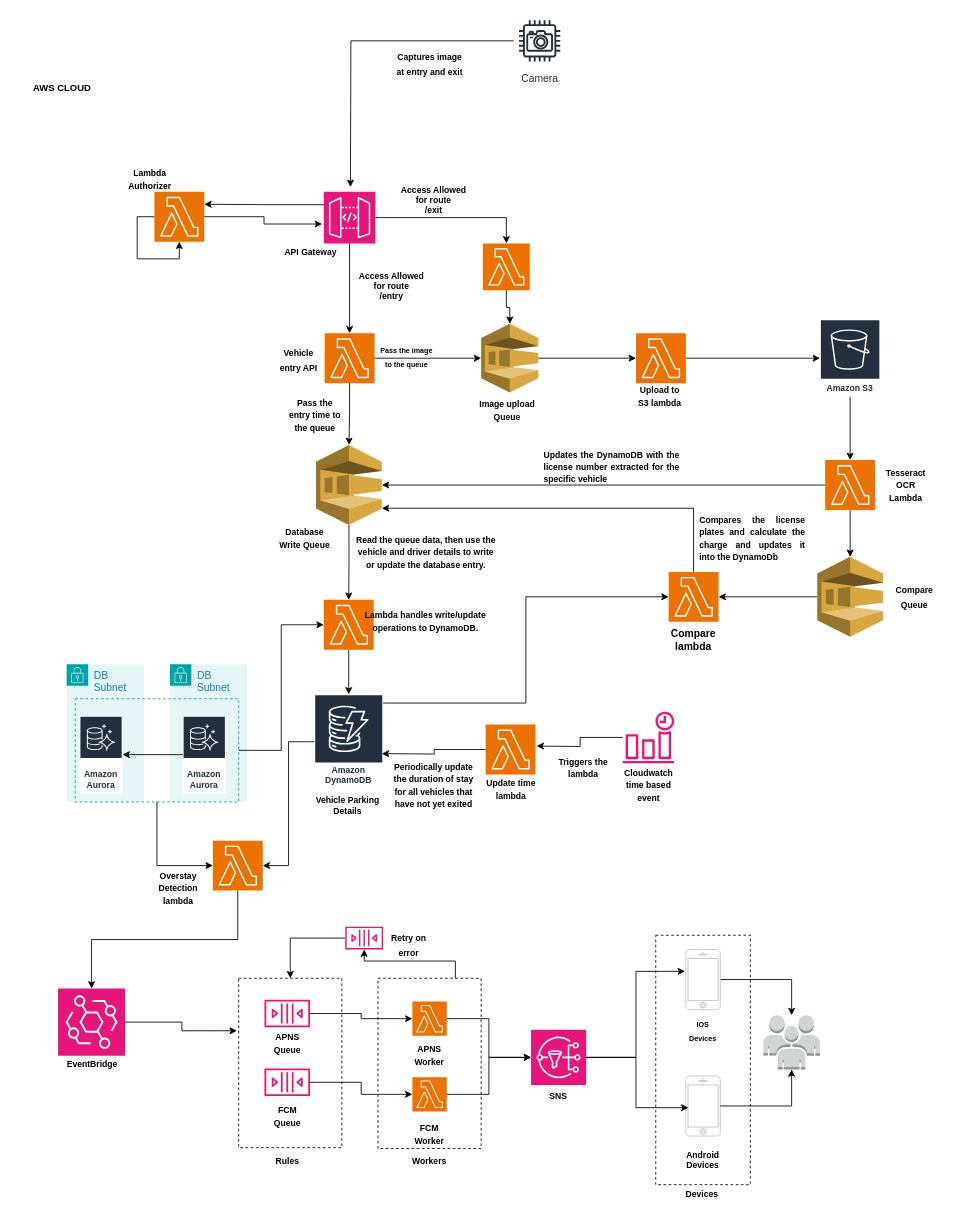
This is day-20/snake_game/FIT5225-Assignment2.drawio from Abhishekmholla/100-days-of-python, a draw.io file, before an edit. Source tidied: cells renumbered, new cells numbered last; positions are measured from the earlier drawing's top-left corner, leaving out a move shared by most shapes. Both pictures are drawn from the tidied source at 86%, with x=0, y=0 at pixel (15, 15).
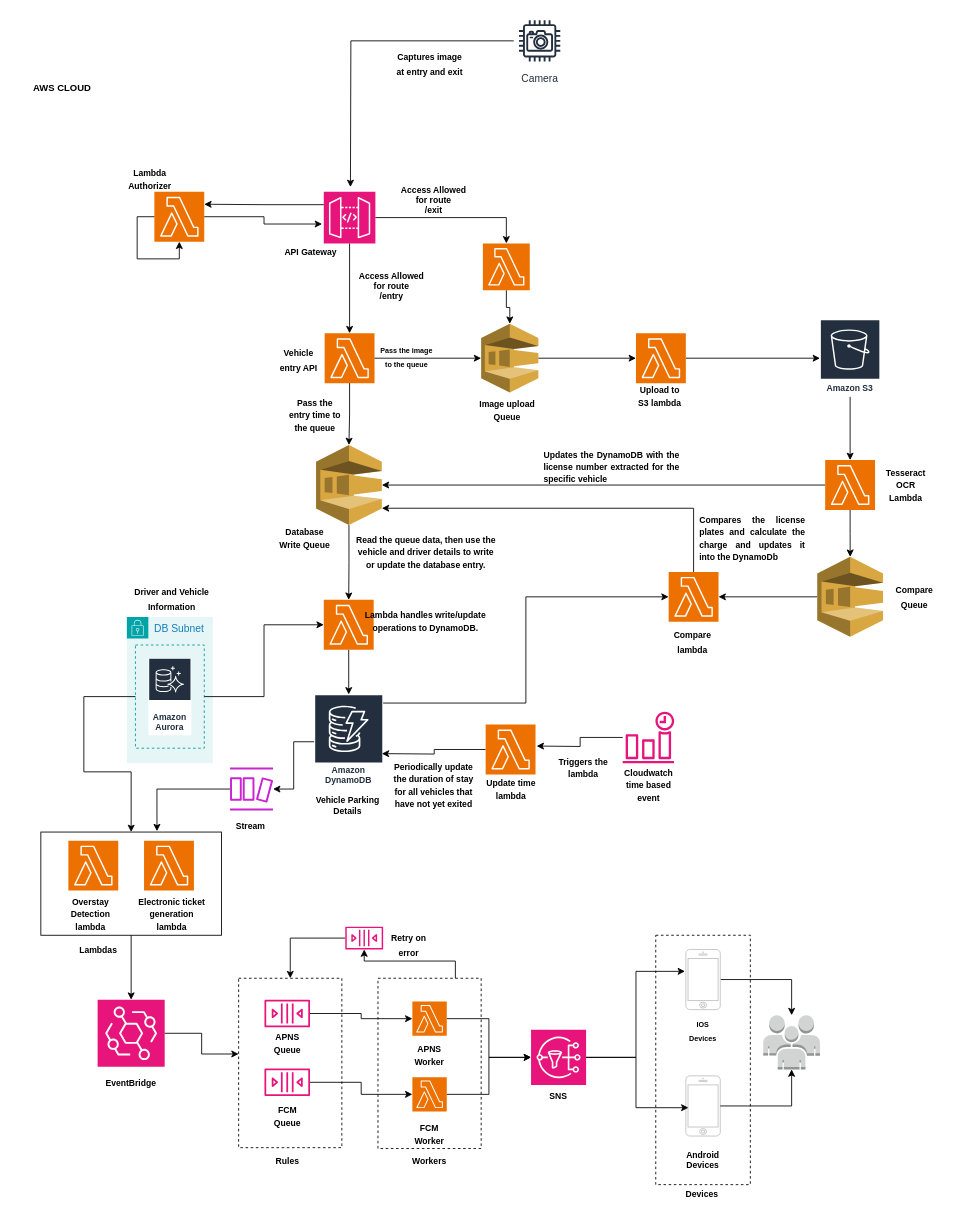
Above is the later version.

The change refers to these unchanged cells:
```xml
<mxCell id="24" value="Amazon DynamoDB" style="sketch=0;outlineConnect=0;fontColor=#232F3E;gradientColor=none;strokeColor=#ffffff;fillColor=#232F3E;dashed=0;verticalLabelPosition=middle;verticalAlign=bottom;align=center;html=1;whiteSpace=wrap;fontSize=10;fontStyle=1;spacing=3;shape=mxgraph.aws4.productIcon;prIcon=mxgraph.aws4.dynamodb;" parent="1" vertex="1">
  <mxGeometry x="348" y="790" width="80" height="110" as="geometry" />
</mxCell>
<mxCell id="55" style="rounded=0;whiteSpace=wrap;html=1;fillColor=none;dashed=1;" parent="1" vertex="1">
  <mxGeometry x="260" y="1120" width="120" height="197" as="geometry" />
</mxCell>
```

The edit, as a diff of the source:
```diff
@@
-    <mxCell id="3" value="&lt;div&gt;DB Subnet&lt;/div&gt;&lt;div&gt;&lt;br&gt;&lt;/div&gt;" style="gradientColor=none;html=1;whiteSpace=wrap;fontSize=12;fontStyle=0;shape=mxgraph.aws4.group;grIcon=mxgraph.aws4.group_security_group;grStroke=0;strokeColor=#00A4A6;fillColor=#E6F6F7;verticalAlign=top;align=left;spacingLeft=30;fontColor=#147EBA;dashed=0;" parent="1" vertex="1">
-      <mxGeometry x="60" y="755" width="90" height="160" as="geometry" />
-    </mxCell>
-    <mxCell id="4" value="Amazon&lt;br&gt;&lt;div&gt;Aurora&lt;/div&gt;" style="sketch=0;outlineConnect=0;fontColor=#232F3E;gradientColor=none;strokeColor=#ffffff;fillColor=#232F3E;dashed=0;verticalLabelPosition=middle;verticalAlign=bottom;align=center;html=1;whiteSpace=wrap;fontSize=10;fontStyle=1;spacing=3;shape=mxgraph.aws4.productIcon;prIcon=mxgraph.aws4.aurora;" parent="3" vertex="1">
-      <mxGeometry x="15" y="60" width="50" height="90" as="geometry" />
-    </mxCell>
     <mxCell id="5" value="&lt;div&gt;DB Subnet&lt;/div&gt;&lt;div&gt;&lt;br&gt;&lt;/div&gt;" style="gradientColor=none;html=1;whiteSpace=wrap;fontSize=12;fontStyle=0;shape=mxgraph.aws4.group;grIcon=mxgraph.aws4.group_security_group;grStroke=0;strokeColor=#00A4A6;fillColor=#E6F6F7;verticalAlign=top;align=left;spacingLeft=30;fontColor=#147EBA;dashed=0;" parent="1" vertex="1">
-      <mxGeometry x="180" y="755" width="90" height="160" as="geometry" />
+      <mxGeometry x="130" y="700" width="100" height="170" as="geometry" />
     </mxCell>
     <mxCell id="6" value="Amazon&lt;br&gt;&lt;div&gt;Aurora&lt;/div&gt;" style="sketch=0;outlineConnect=0;fontColor=#232F3E;gradientColor=none;strokeColor=#ffffff;fillColor=#232F3E;dashed=0;verticalLabelPosition=middle;verticalAlign=bottom;align=center;html=1;whiteSpace=wrap;fontSize=10;fontStyle=1;spacing=3;shape=mxgraph.aws4.productIcon;prIcon=mxgraph.aws4.aurora;" parent="5" vertex="1">
-      <mxGeometry x="15" y="60" width="50" height="90" as="geometry" />
+      <mxGeometry x="25" y="47.5" width="50" height="90" as="geometry" />
     </mxCell>
+    <mxCell id="28" style="rounded=0;whiteSpace=wrap;html=1;fillColor=none;strokeColor=#009999;dashed=1;" parent="5" vertex="1">
+      <mxGeometry x="10" y="32.5" width="80" height="120" as="geometry" />
+    </mxCell>
@@
+    <mxCell id="112" style="edgeStyle=orthogonalEdgeStyle;rounded=0;jettySize=auto;html=1;" parent="1" edge="1" source="24" target="114">
+      <mxGeometry relative="1" as="geometry" />
+    </mxCell>
@@
-    <mxCell id="28" style="rounded=0;whiteSpace=wrap;html=1;fillColor=none;strokeColor=#009999;dashed=1;" parent="1" vertex="1">
-      <mxGeometry x="70" y="795" width="190" height="120" as="geometry" />
-    </mxCell>
+    <mxCell id="113" style="edgeStyle=orthogonalEdgeStyle;rounded=0;jettySize=auto;html=1;" parent="1" edge="1" source="28" target="117">
+      <mxGeometry relative="1" as="geometry">
+        <Array as="points">
+          <mxPoint x="80" y="793" />
+          <mxPoint x="80" y="880" />
+          <mxPoint x="135" y="880" />
+        </Array>
+      </mxGeometry>
+    </mxCell>
@@
-    <mxCell id="41" style="edgeStyle=orthogonalEdgeStyle;rounded=0;jettySize=auto;html=1;" parent="1" edge="1" source="6" target="4">
-      <mxGeometry relative="1" as="geometry" />
-    </mxCell>
@@
-    <mxCell id="44" style="edgeStyle=orthogonalEdgeStyle;rounded=0;jettySize=auto;html=1;exitX=0.5;exitY=1;exitDx=0;exitDy=0;exitPerimeter=0;" parent="1" edge="1" source="45" target="48">
-      <mxGeometry relative="1" as="geometry" />
-    </mxCell>
     <mxCell id="45" style="sketch=0;points=[[0,0,0],[0.25,0,0],[0.5,0,0],[0.75,0,0],[1,0,0],[0,1,0],[0.25,1,0],[0.5,1,0],[0.75,1,0],[1,1,0],[0,0.25,0],[0,0.5,0],[0,0.75,0],[1,0.25,0],[1,0.5,0],[1,0.75,0]];outlineConnect=0;fontColor=#232F3E;fillColor=#ED7100;strokeColor=#ffffff;dashed=0;verticalLabelPosition=bottom;verticalAlign=top;align=center;html=1;fontSize=12;fontStyle=0;shape=mxgraph.aws4.resourceIcon;resIcon=mxgraph.aws4.lambda;" parent="1" vertex="1">
-      <mxGeometry x="230" y="960" width="58" height="58" as="geometry" />
+      <mxGeometry x="62" y="960" width="58" height="58" as="geometry" />
     </mxCell>
-    <mxCell id="46" style="edgeStyle=orthogonalEdgeStyle;rounded=0;jettySize=auto;html=1;entryX=1;entryY=0.5;entryDx=0;entryDy=0;entryPerimeter=0;" parent="1" edge="1" source="24" target="45">
-      <mxGeometry relative="1" as="geometry" />
-    </mxCell>
-    <mxCell id="47" style="edgeStyle=orthogonalEdgeStyle;rounded=0;jettySize=auto;html=1;exitX=0.5;exitY=1;exitDx=0;exitDy=0;entryX=0;entryY=0.5;entryDx=0;entryDy=0;entryPerimeter=0;" parent="1" edge="1" source="28" target="45">
-      <mxGeometry relative="1" as="geometry" />
-    </mxCell>
     <mxCell id="48" style="sketch=0;points=[[0,0,0],[0.25,0,0],[0.5,0,0],[0.75,0,0],[1,0,0],[0,1,0],[0.25,1,0],[0.5,1,0],[0.75,1,0],[1,1,0],[0,0.25,0],[0,0.5,0],[0,0.75,0],[1,0.25,0],[1,0.5,0],[1,0.75,0]];outlineConnect=0;fontColor=#232F3E;fillColor=#E7157B;strokeColor=#ffffff;dashed=0;verticalLabelPosition=bottom;verticalAlign=top;align=center;html=1;fontSize=12;fontStyle=0;shape=mxgraph.aws4.resourceIcon;resIcon=mxgraph.aws4.eventbridge;" parent="1" vertex="1">
-      <mxGeometry x="50" y="1132" width="78" height="78" as="geometry" />
+      <mxGeometry x="96" y="1145" width="78" height="78" as="geometry" />
     </mxCell>
@@
     <mxCell id="52" value="&lt;font style=&quot;font-size: 10px;&quot;&gt;&lt;b&gt;EventBridge&lt;/b&gt;&lt;/font&gt;" style="text;html=1;align=center;verticalAlign=middle;whiteSpace=wrap;rounded=0;" parent="1" vertex="1">
-      <mxGeometry x="60" y="1205" width="60" height="30" as="geometry" />
+      <mxGeometry x="105" y="1226.9" width="60" height="30" as="geometry" />
     </mxCell>
@@
     <mxCell id="81" value="&lt;font style=&quot;font-size: 10px;&quot;&gt;&lt;b&gt;Overstay&lt;br&gt;Detection&lt;br&gt;lambda&lt;/b&gt;&lt;br&gt;&lt;/font&gt;" style="text;html=1;align=center;verticalAlign=middle;whiteSpace=wrap;rounded=0;" parent="1" vertex="1">
-      <mxGeometry x="160" y="1000" width="60" height="30" as="geometry" />
+      <mxGeometry x="58" y="1030" width="60" height="30" as="geometry" />
     </mxCell>
@@
-    <mxCell id="83" style="edgeStyle=orthogonalEdgeStyle;rounded=0;jettySize=auto;html=1;exitX=1;exitY=0.5;exitDx=0;exitDy=0;exitPerimeter=0;entryX=-0.017;entryY=0.31;entryDx=0;entryDy=0;entryPerimeter=0;" parent="1" edge="1" source="48" target="55">
-      <mxGeometry relative="1" as="geometry" />
-    </mxCell>
@@
-    <mxCell id="108" value="&lt;b&gt;Compare lambda&lt;br&gt;&lt;/b&gt;" style="text;html=1;align=center;verticalAlign=middle;whiteSpace=wrap;rounded=0;" parent="1" vertex="1">
-      <mxGeometry x="748" y="705.5" width="82" height="42" as="geometry" />
+    <mxCell id="108" value="&lt;sub&gt;&lt;b&gt;Compare lambda&lt;br&gt;&lt;/b&gt;&lt;/sub&gt;" style="text;html=1;align=center;verticalAlign=middle;whiteSpace=wrap;rounded=0;" parent="1" vertex="1">
+      <mxGeometry x="747" y="705.5" width="82" height="42" as="geometry" />
     </mxCell>
@@
+    <mxCell id="114" style="sketch=0;outlineConnect=0;fontColor=#232F3E;gradientColor=none;fillColor=#C925D1;strokeColor=none;dashed=0;verticalLabelPosition=bottom;verticalAlign=top;align=center;html=1;fontSize=12;fontStyle=0;shape=mxgraph.aws4.dynamodb_stream;" parent="1" vertex="1">
+      <mxGeometry x="250" y="875" width="50" height="50" as="geometry" />
+    </mxCell>
+    <mxCell id="115" style="sketch=0;fontColor=#232F3E;fillColor=#ED7100;strokeColor=#ffffff;dashed=0;verticalLabelPosition=bottom;verticalAlign=top;align=center;html=1;fontSize=12;fontStyle=0;shape=mxgraph.aws4.resourceIcon;resIcon=mxgraph.aws4.lambda;" parent="1" vertex="1">
+      <mxGeometry x="150" y="960" width="58" height="58" as="geometry" />
+    </mxCell>
+    <mxCell id="116" style="edgeStyle=orthogonalEdgeStyle;rounded=0;jettySize=auto;html=1;" parent="1" edge="1" source="117" target="48">
+      <mxGeometry relative="1" as="geometry" />
+    </mxCell>
+    <mxCell id="117" style="rounded=0;whiteSpace=wrap;html=1;fillColor=none;" parent="1" vertex="1">
+      <mxGeometry x="30" y="950" width="210" height="120" as="geometry" />
+    </mxCell>
+    <mxCell id="118" value="&lt;b&gt;&lt;font style=&quot;font-size: 10px;&quot;&gt;Electronic ticket generation lambda&lt;/font&gt;&lt;/b&gt;" style="text;html=1;align=center;verticalAlign=middle;whiteSpace=wrap;rounded=0;" parent="1" vertex="1">
+      <mxGeometry x="140" y="1030" width="85" height="30" as="geometry" />
+    </mxCell>
+    <mxCell id="119" style="edgeStyle=orthogonalEdgeStyle;rounded=0;jettySize=auto;html=1;entryX=0.643;entryY=-0.008;entryDx=0;entryDy=0;entryPerimeter=0;" parent="1" edge="1" source="114" target="117">
+      <mxGeometry relative="1" as="geometry" />
+    </mxCell>
+    <mxCell id="120" value="&lt;b&gt;&lt;sub&gt;Stream&lt;/sub&gt;&lt;/b&gt;" style="text;html=1;align=center;verticalAlign=middle;whiteSpace=wrap;rounded=0;" parent="1" vertex="1">
+      <mxGeometry x="244" y="925" width="60" height="30" as="geometry" />
+    </mxCell>
+    <mxCell id="121" value="&lt;b&gt;&lt;sub&gt;Lambdas&lt;/sub&gt;&lt;/b&gt;" style="text;html=1;align=center;verticalAlign=middle;whiteSpace=wrap;rounded=0;" parent="1" vertex="1">
+      <mxGeometry x="67" y="1070" width="60" height="30" as="geometry" />
+    </mxCell>
+    <mxCell id="83" style="edgeStyle=orthogonalEdgeStyle;rounded=0;jettySize=auto;html=1;entryX=0;entryY=0.447;entryDx=0;entryDy=0;entryPerimeter=0;" parent="1" edge="1" source="48" target="55">
+      <mxGeometry relative="1" as="geometry" />
+    </mxCell>
+    <mxCell id="122" value="&lt;b&gt;&lt;sub&gt;Driver and Vehicle Information&lt;br&gt;&lt;/sub&gt;&lt;/b&gt;" style="text;html=1;align=center;verticalAlign=middle;whiteSpace=wrap;rounded=0;" parent="1" vertex="1">
+      <mxGeometry x="131.2" y="661.5" width="102.5" height="30" as="geometry" />
+    </mxCell>
```
